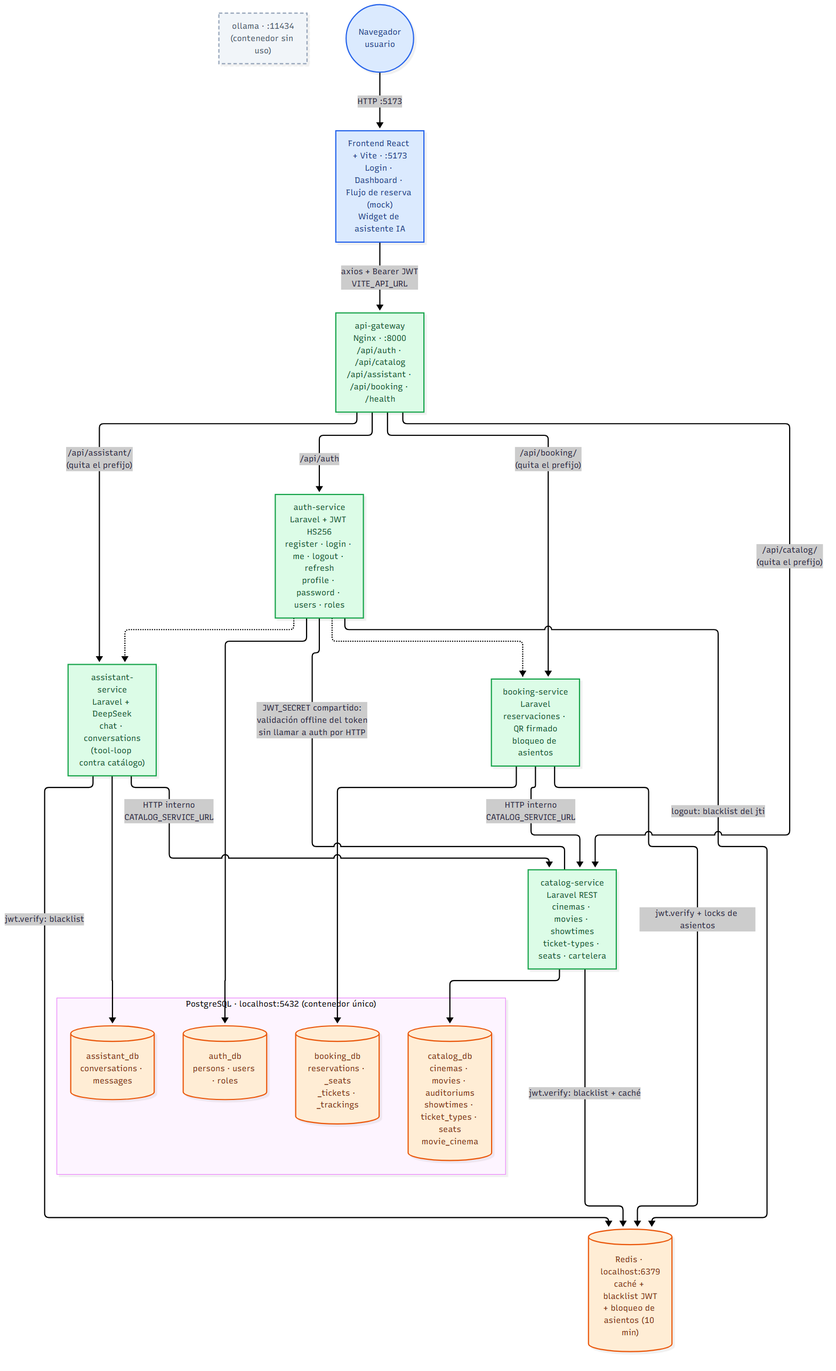
Before: docs/arquitectura_2026_11_13.png, a diagram exported from Mermaid (Erick-Llumiquinga/EventCore). Its source is kept beside it as docs/arquitectura_2026_11_13.mmd.
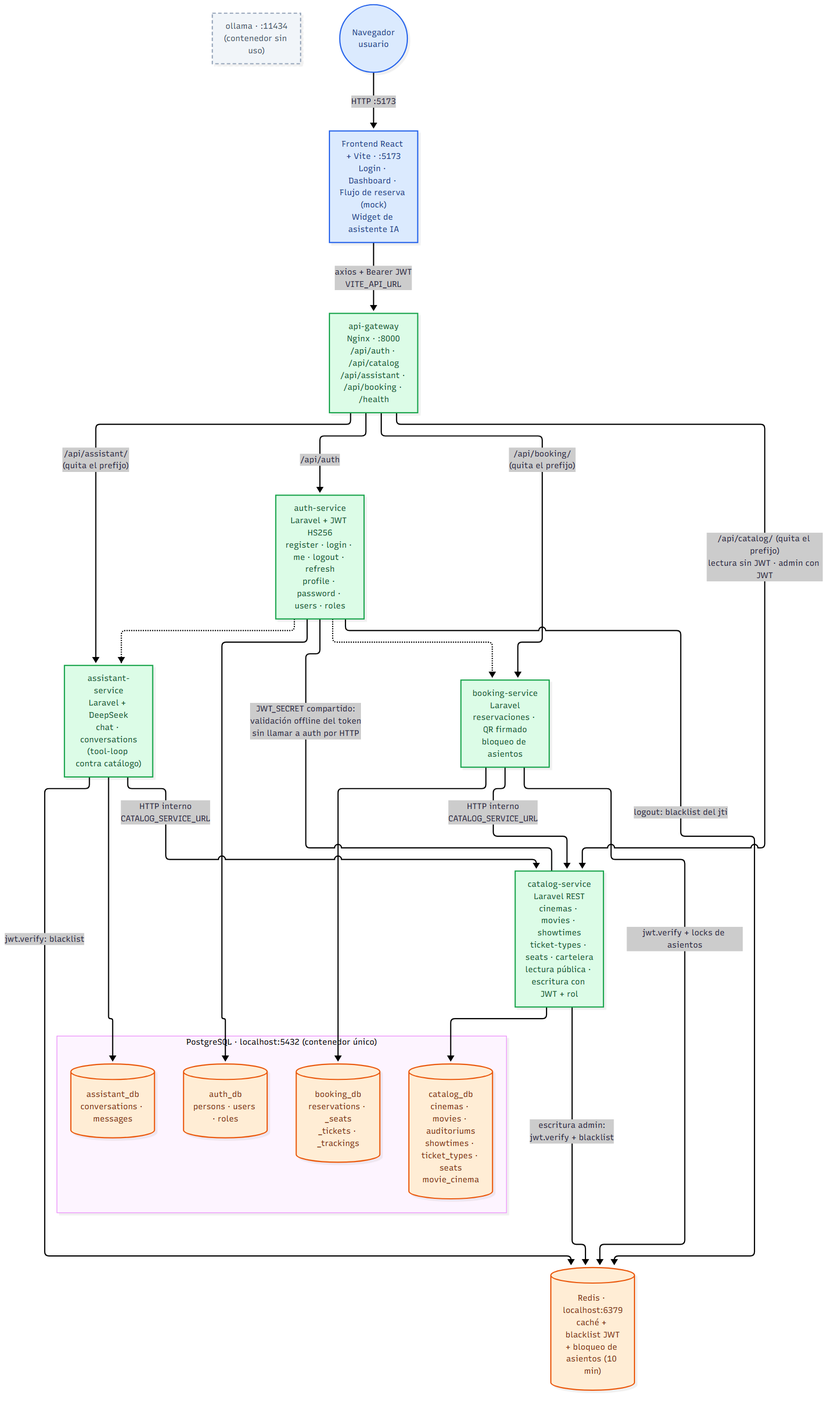
The same file after the commit.

Commit message:
feat(assistant): movies examples

Diff of the diagram source:
```diff
@@ -4,7 +4,7 @@
     gateway["api-gateway<br/>Nginx · :8000<br/>/api/auth · /api/catalog<br/>/api/assistant · /api/booking · /health"]
 
     auth["auth-service<br/>Laravel + JWT HS256<br/>register · login · me · logout · refresh<br/>profile · password · users · roles"]
-    catalog["catalog-service<br/>Laravel REST<br/>cinemas · movies · showtimes<br/>ticket-types · seats · cartelera"]
+    catalog["catalog-service<br/>Laravel REST<br/>cinemas · movies · showtimes<br/>ticket-types · seats · cartelera<br/>lectura pública · escritura con JWT + rol"]
     assistant["assistant-service<br/>Laravel + DeepSeek<br/>chat · conversations<br/>(tool-loop contra catálogo)"]
     booking["booking-service<br/>Laravel<br/>reservaciones · QR firmado<br/>bloqueo de asientos"]
 
@@ -21,7 +21,7 @@
     usuario -- "HTTP :5173" --> frontend
     frontend -- "axios + Bearer JWT<br/>VITE_API_URL" --> gateway
     gateway -- "/api/auth" --> auth
-    gateway -- "/api/catalog/<br/>(quita el prefijo)" --> catalog
+    gateway -- "/api/catalog/ (quita el prefijo)<br/>lectura sin JWT · admin con JWT" --> catalog
     gateway -- "/api/assistant/<br/>(quita el prefijo)" --> assistant
     gateway -- "/api/booking/<br/>(quita el prefijo)" --> booking
     auth -. "JWT_SECRET compartido:<br/>validación offline del token<br/>sin llamar a auth por HTTP" .- catalog
@@ -35,7 +35,7 @@
     assistant --> assistdb
     booking --> bookdb
     auth -- "logout: blacklist del jti" --> redis
-    catalog -- "jwt.verify: blacklist + caché" --> redis
+    catalog -- "escritura admin:<br/>jwt.verify + blacklist" --> redis
     assistant -- "jwt.verify: blacklist" --> redis
     booking -- "jwt.verify + locks de asientos" --> redis
 
```
